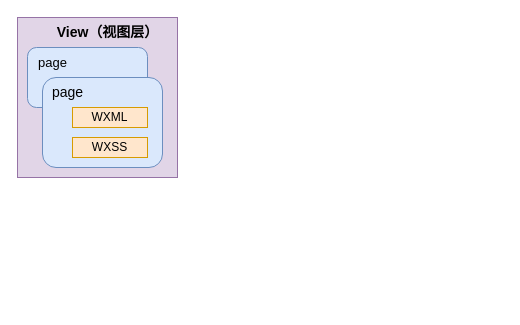
Earlier version of the draw.io diagram MINA框架.drawio (ov0-0vo/1). Source tidied: cells renumbered, new cells numbered last; positions are measured from the earlier drawing's top-left corner, leaving out a move shared by most shapes. Both pictures are drawn from the tidied source at 100%, with x=0, y=0 at pixel (17, 17).
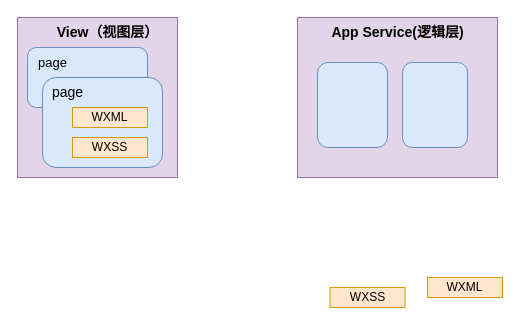
Above is the later version.

Change to the diagram source:
```diff
@@
 <mxGraphModel>
   <root>
     <mxCell id="0" />
     <mxCell id="1" parent="0" />
     <mxCell id="2" style="whiteSpace=wrap;html=1;align=left;fillColor=#e1d5e7;strokeColor=#9673a6;" parent="1" vertex="1">
       <mxGeometry width="160" height="160" as="geometry" />
     </mxCell>
     <mxCell id="3" value="&lt;b&gt;&lt;font style=&quot;font-size: 14px;&quot;&gt;View（视图层）&lt;/font&gt;&lt;/b&gt;" style="text;html=1;align=center;verticalAlign=middle;strokeColor=none;fillColor=none;" parent="1" vertex="1">
       <mxGeometry x="25" width="130" height="30" as="geometry" />
     </mxCell>
     <mxCell id="4" style="rounded=1;whiteSpace=wrap;html=1;fillColor=#dae8fc;strokeColor=#6c8ebf;" parent="1" vertex="1">
       <mxGeometry x="10" y="30" width="120" height="60" as="geometry" />
     </mxCell>
     <mxCell id="5" style="rounded=1;whiteSpace=wrap;html=1;fillColor=#dae8fc;strokeColor=#6c8ebf;" parent="1" vertex="1">
       <mxGeometry x="25" y="60" width="120" height="90" as="geometry" />
     </mxCell>
     <mxCell id="6" value="&lt;font style=&quot;font-size: 13px;&quot;&gt;page&lt;/font&gt;" style="text;html=1;align=center;verticalAlign=middle;strokeColor=none;fillColor=none;" parent="1" vertex="1">
       <mxGeometry x="10" y="30" width="50" height="30" as="geometry" />
     </mxCell>
     <mxCell id="7" value="&lt;font style=&quot;font-size: 14px;&quot;&gt;page&lt;/font&gt;" style="text;html=1;align=center;verticalAlign=middle;strokeColor=none;fillColor=none;" parent="1" vertex="1">
       <mxGeometry x="25" y="60" width="50" height="30" as="geometry" />
     </mxCell>
     <mxCell id="8" value="WXML" style="whiteSpace=wrap;html=1;fillColor=#ffe6cc;strokeColor=#d79b00;" parent="1" vertex="1">
       <mxGeometry x="55" y="90" width="75" height="20" as="geometry" />
     </mxCell>
     <mxCell id="9" value="WXSS" style="whiteSpace=wrap;html=1;fillColor=#ffe6cc;strokeColor=#d79b00;" parent="1" vertex="1">
       <mxGeometry x="55" y="120" width="75" height="20" as="geometry" />
     </mxCell>
+    <mxCell id="10" style="whiteSpace=wrap;html=1;align=left;fillColor=#e1d5e7;strokeColor=#9673a6;" parent="1" vertex="1">
+      <mxGeometry x="280" width="200" height="160" as="geometry" />
+    </mxCell>
+    <mxCell id="11" value="&lt;span style=&quot;font-size: 14px;&quot;&gt;&lt;b&gt;App Service(逻辑层)&lt;/b&gt;&lt;/span&gt;" style="text;html=1;align=center;verticalAlign=middle;strokeColor=none;fillColor=none;" parent="1" vertex="1">
+      <mxGeometry x="300" width="160" height="30" as="geometry" />
+    </mxCell>
+    <mxCell id="12" style="rounded=1;whiteSpace=wrap;html=1;fillColor=#dae8fc;strokeColor=#6c8ebf;" parent="1" vertex="1">
+      <mxGeometry x="300" y="45" width="70" height="85" as="geometry" />
+    </mxCell>
+    <mxCell id="13" style="rounded=1;whiteSpace=wrap;html=1;fillColor=#dae8fc;strokeColor=#6c8ebf;" parent="1" vertex="1">
+      <mxGeometry x="385" y="45" width="65" height="85" as="geometry" />
+    </mxCell>
+    <mxCell id="14" value="WXML" style="whiteSpace=wrap;html=1;fillColor=#ffe6cc;strokeColor=#d79b00;" parent="1" vertex="1">
+      <mxGeometry x="410" y="260" width="75" height="20" as="geometry" />
+    </mxCell>
+    <mxCell id="15" value="WXSS" style="whiteSpace=wrap;html=1;fillColor=#ffe6cc;strokeColor=#d79b00;" parent="1" vertex="1">
+      <mxGeometry x="312.5" y="270" width="75" height="20" as="geometry" />
+    </mxCell>
   </root>
 </mxGraphModel>
```
